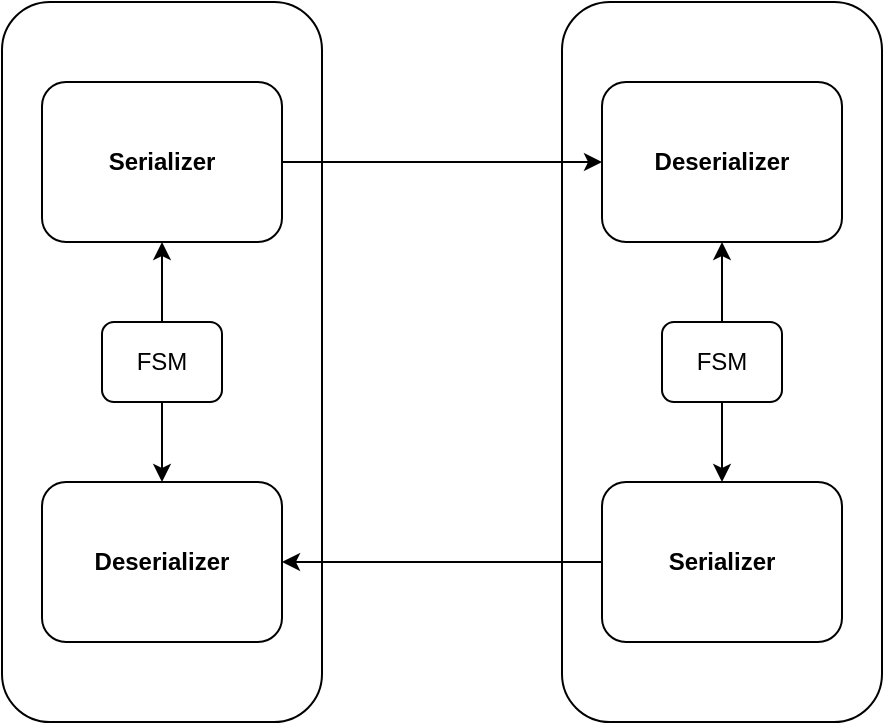
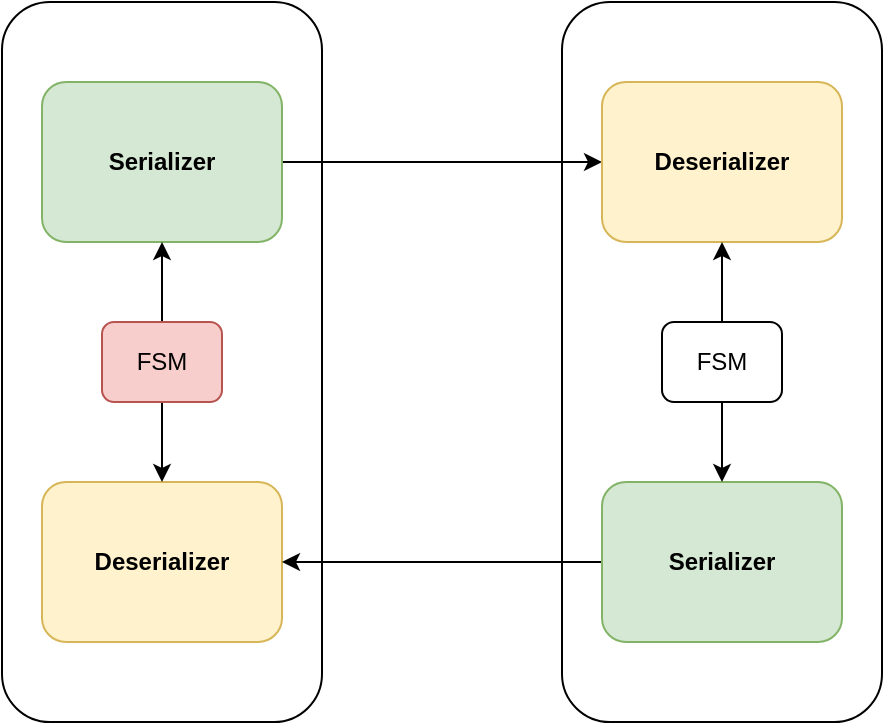
<mxfile host="app.diagrams.net">
  <diagram name="Page-1" id="W4ALeMc_fcv-iuW4_5jM">
    <mxGraphModel dx="527" dy="762" grid="1" gridSize="10" guides="1" tooltips="1" connect="1" arrows="1" fold="1" page="1" pageScale="1" pageWidth="850" pageHeight="1100" math="0" shadow="0">
      <root>
        <mxCell id="0" />
        <mxCell id="1" parent="0" />
        <mxCell id="13rOEOkUA4Yrk083lLE4-12" parent="1" style="rounded=1;whiteSpace=wrap;html=1;" value="" vertex="1">
          <mxGeometry height="360" width="160" x="460" y="160" as="geometry" />
        </mxCell>
        <mxCell id="13rOEOkUA4Yrk083lLE4-11" parent="1" style="rounded=1;whiteSpace=wrap;html=1;" value="" vertex="1">
          <mxGeometry height="360" width="160" x="180" y="160" as="geometry" />
        </mxCell>
        <mxCell id="13rOEOkUA4Yrk083lLE4-9" edge="1" parent="1" source="D67Tu_U39foHL8RCta2M-1" style="edgeStyle=orthogonalEdgeStyle;rounded=0;orthogonalLoop=1;jettySize=auto;html=1;exitX=1;exitY=0.5;exitDx=0;exitDy=0;entryX=0;entryY=0.5;entryDx=0;entryDy=0;" target="13rOEOkUA4Yrk083lLE4-4">
          <mxGeometry relative="1" as="geometry" />
        </mxCell>
-         <mxCell id="D67Tu_U39foHL8RCta2M-1" parent="1" style="rounded=1;whiteSpace=wrap;html=1;fontStyle=1" value="Serializer" vertex="1">
+         <mxCell id="D67Tu_U39foHL8RCta2M-1" parent="1" style="rounded=1;whiteSpace=wrap;html=1;fontStyle=1;fillColor=#d5e8d4;strokeColor=#82b366;" value="Serializer" vertex="1">
          <mxGeometry height="80" width="120" x="200" y="200" as="geometry" />
        </mxCell>
-         <mxCell id="D67Tu_U39foHL8RCta2M-2" parent="1" style="rounded=1;whiteSpace=wrap;html=1;fontStyle=1" value="Deserializer" vertex="1">
+         <mxCell id="D67Tu_U39foHL8RCta2M-2" parent="1" style="rounded=1;whiteSpace=wrap;html=1;fontStyle=1;fillColor=#fff2cc;strokeColor=#d6b656;" value="Deserializer" vertex="1">
          <mxGeometry height="80" width="120" x="200" y="400" as="geometry" />
        </mxCell>
        <mxCell id="13rOEOkUA4Yrk083lLE4-2" edge="1" parent="1" source="13rOEOkUA4Yrk083lLE4-1" style="edgeStyle=orthogonalEdgeStyle;rounded=0;orthogonalLoop=1;jettySize=auto;html=1;entryX=0.5;entryY=1;entryDx=0;entryDy=0;" target="D67Tu_U39foHL8RCta2M-1">
          <mxGeometry relative="1" as="geometry" />
        </mxCell>
        <mxCell id="13rOEOkUA4Yrk083lLE4-3" edge="1" parent="1" source="13rOEOkUA4Yrk083lLE4-1" style="edgeStyle=orthogonalEdgeStyle;rounded=0;orthogonalLoop=1;jettySize=auto;html=1;entryX=0.5;entryY=0;entryDx=0;entryDy=0;" target="D67Tu_U39foHL8RCta2M-2">
          <mxGeometry relative="1" as="geometry" />
        </mxCell>
-         <mxCell id="13rOEOkUA4Yrk083lLE4-1" parent="1" style="rounded=1;whiteSpace=wrap;html=1;" value="FSM" vertex="1">
+         <mxCell id="13rOEOkUA4Yrk083lLE4-1" parent="1" style="rounded=1;whiteSpace=wrap;html=1;fillColor=#f8cecc;strokeColor=#b85450;" value="FSM" vertex="1">
          <mxGeometry height="40" width="60" x="230" y="320" as="geometry" />
        </mxCell>
-         <mxCell id="13rOEOkUA4Yrk083lLE4-4" parent="1" style="rounded=1;whiteSpace=wrap;html=1;fontStyle=1" value="Deserializer" vertex="1">
+         <mxCell id="13rOEOkUA4Yrk083lLE4-4" parent="1" style="rounded=1;whiteSpace=wrap;html=1;fontStyle=1;fillColor=#fff2cc;strokeColor=#d6b656;" value="Deserializer" vertex="1">
          <mxGeometry height="80" width="120" x="480" y="200" as="geometry" />
        </mxCell>
        <mxCell id="13rOEOkUA4Yrk083lLE4-10" edge="1" parent="1" source="13rOEOkUA4Yrk083lLE4-5" style="edgeStyle=orthogonalEdgeStyle;rounded=0;orthogonalLoop=1;jettySize=auto;html=1;entryX=1;entryY=0.5;entryDx=0;entryDy=0;" target="D67Tu_U39foHL8RCta2M-2">
          <mxGeometry relative="1" as="geometry" />
        </mxCell>
-         <mxCell id="13rOEOkUA4Yrk083lLE4-5" parent="1" style="rounded=1;whiteSpace=wrap;html=1;fontStyle=1" value="Serializer" vertex="1">
+         <mxCell id="13rOEOkUA4Yrk083lLE4-5" parent="1" style="rounded=1;whiteSpace=wrap;html=1;fontStyle=1;fillColor=#d5e8d4;strokeColor=#82b366;" value="Serializer" vertex="1">
          <mxGeometry height="80" width="120" x="480" y="400" as="geometry" />
        </mxCell>
        <mxCell id="13rOEOkUA4Yrk083lLE4-6" edge="1" parent="1" source="13rOEOkUA4Yrk083lLE4-8" style="edgeStyle=orthogonalEdgeStyle;rounded=0;orthogonalLoop=1;jettySize=auto;html=1;entryX=0.5;entryY=1;entryDx=0;entryDy=0;" target="13rOEOkUA4Yrk083lLE4-4">
          <mxGeometry relative="1" as="geometry" />
        </mxCell>
        <mxCell id="13rOEOkUA4Yrk083lLE4-7" edge="1" parent="1" source="13rOEOkUA4Yrk083lLE4-8" style="edgeStyle=orthogonalEdgeStyle;rounded=0;orthogonalLoop=1;jettySize=auto;html=1;entryX=0.5;entryY=0;entryDx=0;entryDy=0;" target="13rOEOkUA4Yrk083lLE4-5">
          <mxGeometry relative="1" as="geometry" />
        </mxCell>
        <mxCell id="13rOEOkUA4Yrk083lLE4-8" parent="1" style="rounded=1;whiteSpace=wrap;html=1;" value="FSM" vertex="1">
          <mxGeometry height="40" width="60" x="510" y="320" as="geometry" />
        </mxCell>
      </root>
    </mxGraphModel>
  </diagram>
</mxfile>
